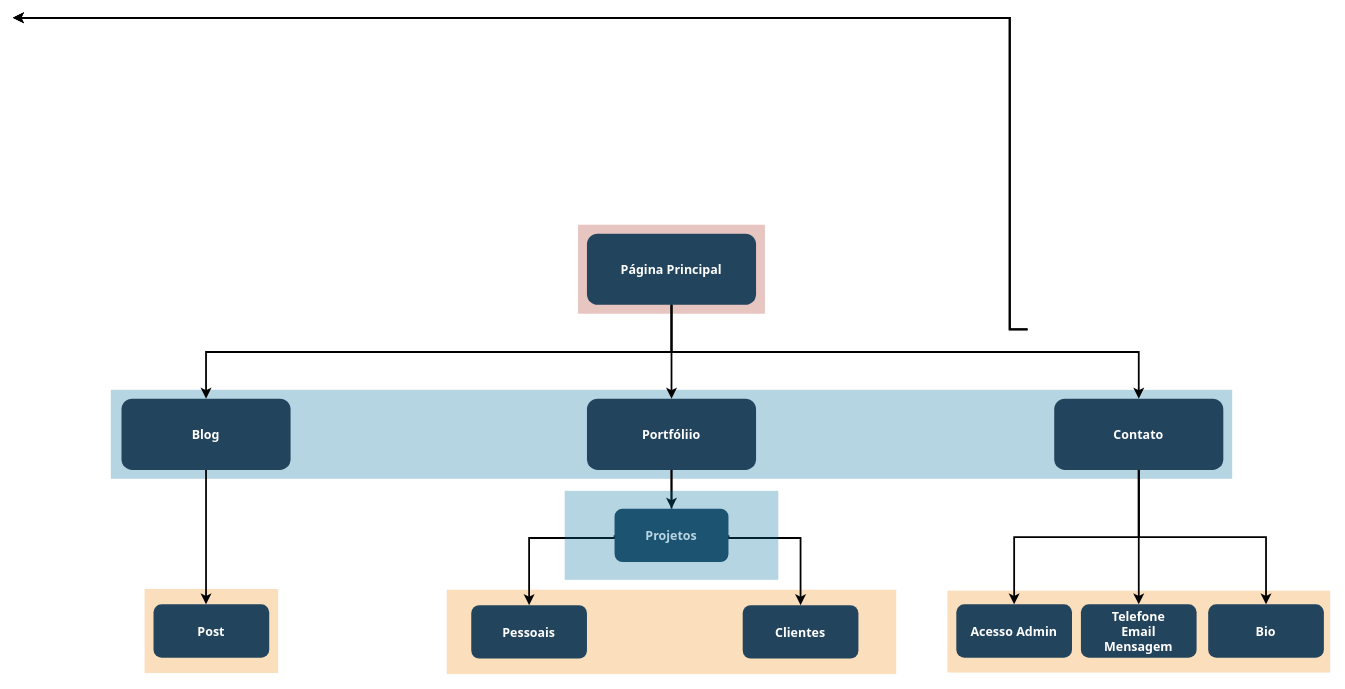
The draw.io diagram Organograma_Site.drawio in Fat83dotcom/MySite, before the edit. Source tidied: cells renumbered, new cells numbered last; positions are measured from the earlier drawing's top-left corner, leaving out a move shared by most shapes. Both pictures are drawn from the tidied source at 89%, with x=0, y=0 at pixel (12, 18).
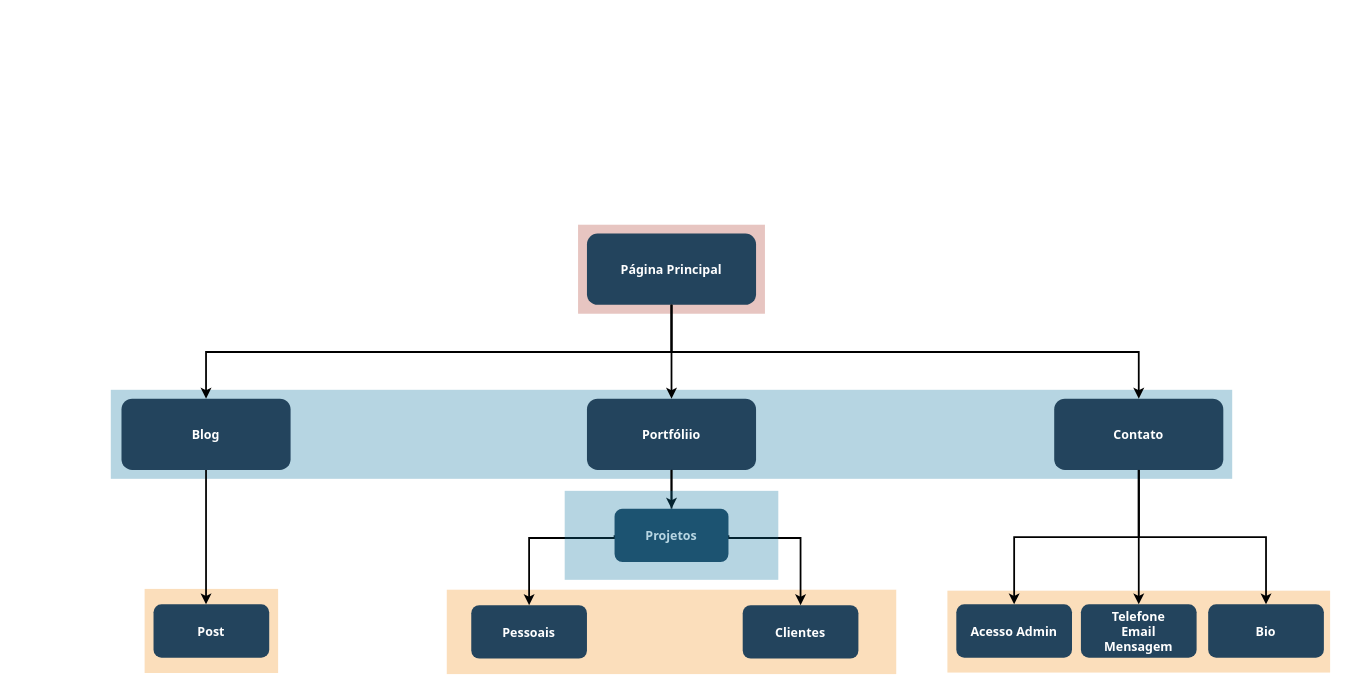
After the change.

Commit message:
Correção no organograma do site.

What changed in the source:
```diff
@@
-    <mxCell id="2" style="edgeStyle=elbowEdgeStyle;elbow=horizontal;strokeWidth=2;rounded=0;" parent="1" edge="1">
-      <mxGeometry x="-23" y="135.5" as="geometry">
-        <mxPoint x="1140" y="349.5" as="sourcePoint" />
-        <mxPoint y="-0.5" as="targetPoint" />
-        <Array as="points">
-          <mxPoint x="1120" y="409.5" />
-        </Array>
-      </mxGeometry>
-    </mxCell>
-    <mxCell id="3" style="edgeStyle=elbowEdgeStyle;elbow=horizontal;strokeWidth=2;rounded=0;" parent="1" edge="1">
-      <mxGeometry x="-23" y="135.5" as="geometry">
-        <mxPoint x="1140" y="349.5" as="sourcePoint" />
-        <mxPoint y="-0.5" as="targetPoint" />
-        <Array as="points">
-          <mxPoint x="1120" y="439.5" />
-        </Array>
-      </mxGeometry>
-    </mxCell>
-    <mxCell id="4" style="edgeStyle=elbowEdgeStyle;elbow=horizontal;strokeWidth=2;rounded=0;" parent="1" edge="1">
-      <mxGeometry x="-23" y="135.5" as="geometry">
-        <mxPoint x="1140" y="349.5" as="sourcePoint" />
-        <mxPoint y="-0.5" as="targetPoint" />
-        <Array as="points">
-          <mxPoint x="1120" y="489.5" />
-        </Array>
-      </mxGeometry>
-    </mxCell>
```
